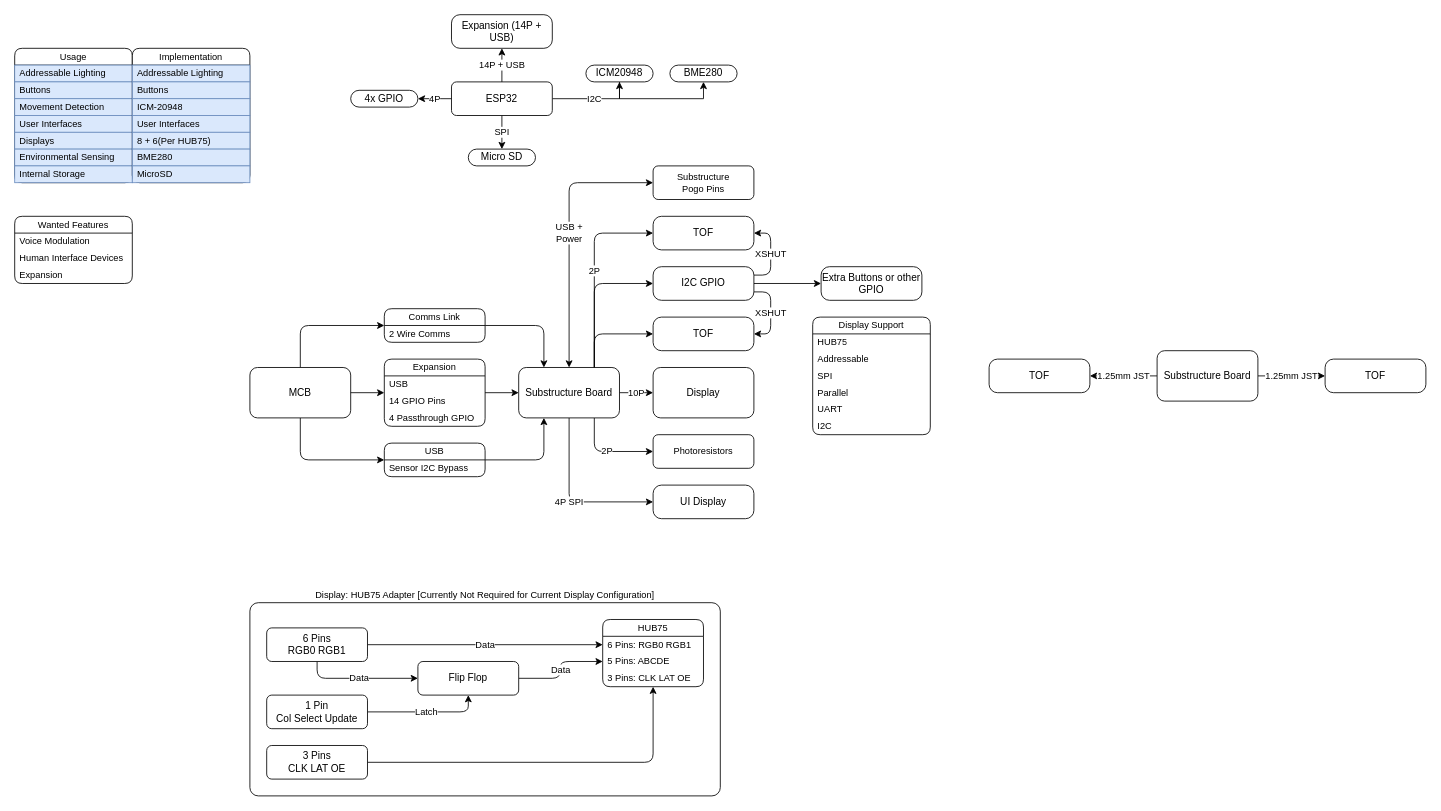
The draw.io diagram page "Brainstorm" (2 of 6) of Documents/Diagram.drawio in Cyberspecies/Multi-Cosplay_Board, before the edit. Source tidied: cells renumbered, new cells numbered last; positions are measured from the earlier drawing's top-left corner, leaving out a move shared by most shapes. Both pictures are drawn from the tidied source at 84%, with x=0, y=0 at pixel (14, 14).
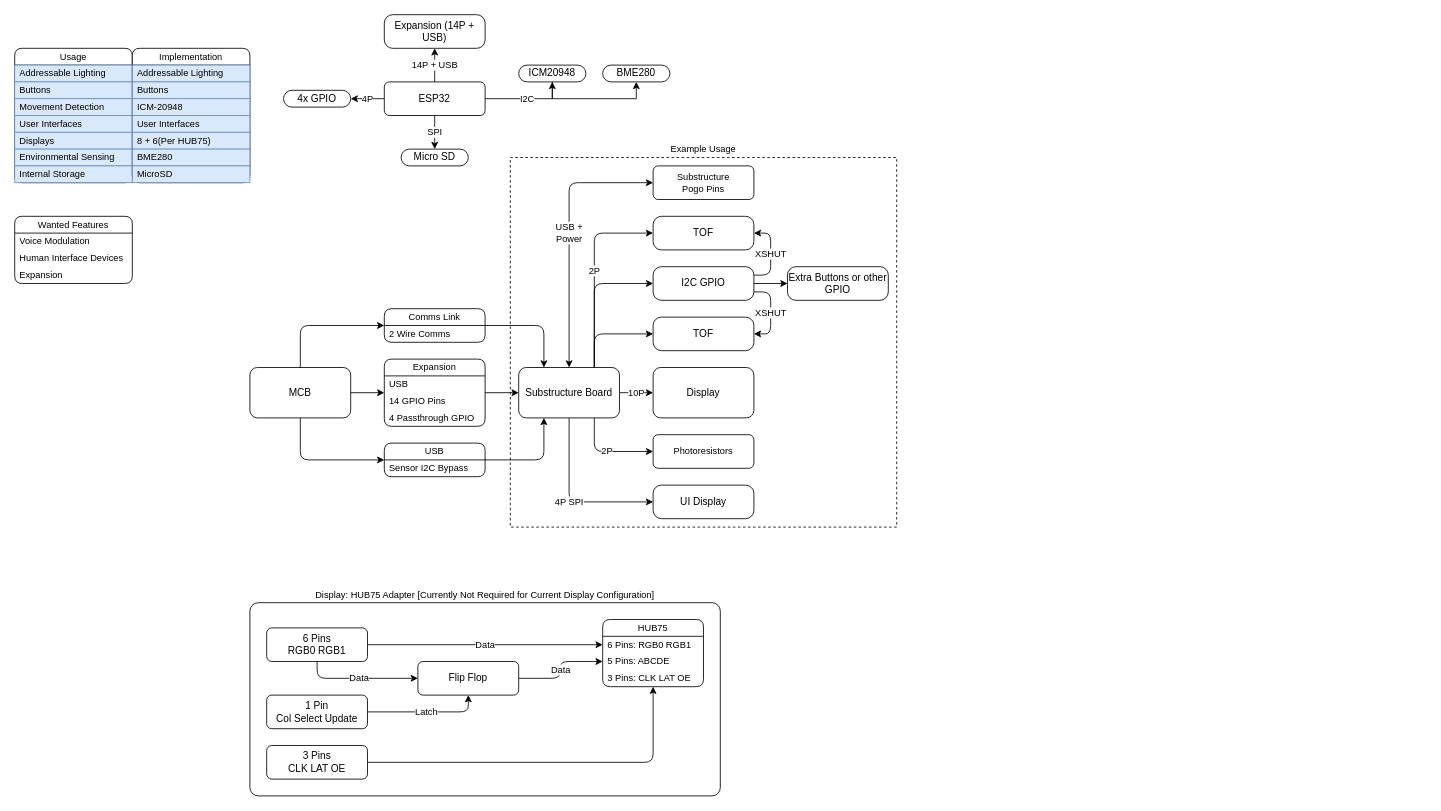
Above is the later version.

Commit message:
Modified Diagram to match project scope

Change to the diagram source:
```diff
@@
-    <mxCell id="22" value="Display Support" style="swimlane;fontStyle=0;horizontal=1;startSize=20;whiteSpace=wrap;html=1;fontFamily=Helvetica;fontSize=11;fontColor=default;labelBackgroundColor=default;rounded=1;" parent="1" vertex="1">
-      <mxGeometry x="950" y="360" width="140" height="140" as="geometry" />
-    </mxCell>
-    <mxCell id="23" value="HUB75" style="text;strokeColor=none;fillColor=none;align=left;verticalAlign=middle;spacingLeft=4;spacingRight=4;overflow=hidden;whiteSpace=wrap;html=1;fontFamily=Helvetica;fontSize=11;fontColor=default;labelBackgroundColor=default;" parent="22" vertex="1">
-      <mxGeometry y="20" width="140" height="20" as="geometry" />
-    </mxCell>
-    <mxCell id="24" value="Addressable" style="text;strokeColor=none;fillColor=none;align=left;verticalAlign=middle;spacingLeft=4;spacingRight=4;overflow=hidden;whiteSpace=wrap;html=1;fontFamily=Helvetica;fontSize=11;fontColor=default;labelBackgroundColor=default;" parent="22" vertex="1">
-      <mxGeometry y="40" width="140" height="20" as="geometry" />
-    </mxCell>
-    <mxCell id="25" value="SPI" style="text;strokeColor=none;fillColor=none;align=left;verticalAlign=middle;spacingLeft=4;spacingRight=4;overflow=hidden;whiteSpace=wrap;html=1;fontFamily=Helvetica;fontSize=11;fontColor=default;labelBackgroundColor=default;" parent="22" vertex="1">
-      <mxGeometry y="60" width="140" height="20" as="geometry" />
-    </mxCell>
-    <mxCell id="26" value="Parallel" style="text;strokeColor=none;fillColor=none;align=left;verticalAlign=middle;spacingLeft=4;spacingRight=4;overflow=hidden;whiteSpace=wrap;html=1;fontFamily=Helvetica;fontSize=11;fontColor=default;labelBackgroundColor=default;" parent="22" vertex="1">
-      <mxGeometry y="80" width="140" height="20" as="geometry" />
-    </mxCell>
-    <mxCell id="27" value="UART" style="text;strokeColor=none;fillColor=none;align=left;verticalAlign=middle;spacingLeft=4;spacingRight=4;overflow=hidden;whiteSpace=wrap;html=1;fontFamily=Helvetica;fontSize=11;fontColor=default;labelBackgroundColor=default;" parent="22" vertex="1">
-      <mxGeometry y="100" width="140" height="20" as="geometry" />
-    </mxCell>
-    <mxCell id="28" value="I2C" style="text;strokeColor=none;fillColor=none;align=left;verticalAlign=middle;spacingLeft=4;spacingRight=4;overflow=hidden;whiteSpace=wrap;html=1;fontFamily=Helvetica;fontSize=11;fontColor=default;labelBackgroundColor=default;" parent="22" vertex="1">
-      <mxGeometry y="120" width="140" height="20" as="geometry" />
-    </mxCell>
@@
     <mxCell id="32" value="ESP32" style="rounded=1;whiteSpace=wrap;html=1;" parent="1" vertex="1">
-      <mxGeometry x="520" y="80" width="120" height="40" as="geometry" />
+      <mxGeometry x="440" y="80" width="120" height="40" as="geometry" />
     </mxCell>
@@
     <mxCell id="34" value="ICM20948" style="rounded=1;whiteSpace=wrap;html=1;absoluteArcSize=1;" parent="1" vertex="1">
-      <mxGeometry x="680" y="60" width="80" height="20" as="geometry" />
+      <mxGeometry x="600" y="60" width="80" height="20" as="geometry" />
     </mxCell>
     <mxCell id="35" value="BME280" style="rounded=1;whiteSpace=wrap;html=1;absoluteArcSize=1;" parent="1" vertex="1">
-      <mxGeometry x="780" y="60" width="80" height="20" as="geometry" />
+      <mxGeometry x="700" y="60" width="80" height="20" as="geometry" />
     </mxCell>
@@
     <mxCell id="37" value="4x GPIO" style="rounded=1;whiteSpace=wrap;html=1;absoluteArcSize=1;" parent="1" vertex="1">
-      <mxGeometry x="400" y="90" width="80" height="20" as="geometry" />
+      <mxGeometry x="320" y="90" width="80" height="20" as="geometry" />
     </mxCell>
@@
     <mxCell id="79" value="Micro SD" style="rounded=1;whiteSpace=wrap;html=1;absoluteArcSize=1;" parent="1" vertex="1">
-      <mxGeometry x="540" y="160" width="80" height="20" as="geometry" />
+      <mxGeometry x="460" y="160" width="80" height="20" as="geometry" />
     </mxCell>
     <mxCell id="80" value="Extra Buttons or other GPIO" style="rounded=1;whiteSpace=wrap;html=1;absoluteArcSize=1;" parent="1" vertex="1">
-      <mxGeometry x="960" y="300" width="120" height="40" as="geometry" />
+      <mxGeometry x="920" y="300" width="120" height="40" as="geometry" />
     </mxCell>
     <mxCell id="81" value="Expansion (14P + USB)" style="rounded=1;whiteSpace=wrap;html=1;absoluteArcSize=1;" parent="1" vertex="1">
-      <mxGeometry x="520" width="120" height="40" as="geometry" />
+      <mxGeometry x="440" width="120" height="40" as="geometry" />
     </mxCell>
-    <mxCell id="82" value="1.25mm JST" style="edgeStyle=orthogonalEdgeStyle;shape=connector;curved=0;rounded=1;jettySize=auto;html=1;exitX=1;exitY=0.5;exitDx=0;exitDy=0;entryX=0;entryY=0.5;entryDx=0;entryDy=0;strokeColor=default;align=center;verticalAlign=middle;fontFamily=Helvetica;fontSize=11;fontColor=default;labelBackgroundColor=default;endArrow=classic;" parent="1" edge="1" source="84" target="85">
-      <mxGeometry relative="1" as="geometry" />
-    </mxCell>
-    <mxCell id="83" value="1.25mm JST" style="edgeStyle=orthogonalEdgeStyle;shape=connector;curved=0;rounded=1;jettySize=auto;html=1;exitX=0;exitY=0.5;exitDx=0;exitDy=0;entryX=1;entryY=0.5;entryDx=0;entryDy=0;strokeColor=default;align=center;verticalAlign=middle;fontFamily=Helvetica;fontSize=11;fontColor=default;labelBackgroundColor=default;endArrow=classic;" parent="1" edge="1" source="84" target="86">
-      <mxGeometry relative="1" as="geometry" />
-    </mxCell>
-    <mxCell id="84" value="Substructure Board" style="rounded=1;whiteSpace=wrap;html=1;" parent="1" vertex="1">
-      <mxGeometry x="1360" y="400" width="120" height="60" as="geometry" />
-    </mxCell>
-    <mxCell id="85" value="TOF" style="rounded=1;whiteSpace=wrap;html=1;absoluteArcSize=1;" parent="1" vertex="1">
-      <mxGeometry x="1560" y="410" width="120" height="40" as="geometry" />
-    </mxCell>
-    <mxCell id="86" value="TOF" style="rounded=1;whiteSpace=wrap;html=1;absoluteArcSize=1;" parent="1" vertex="1">
-      <mxGeometry x="1160" y="410" width="120" height="40" as="geometry" />
-    </mxCell>
@@
+    <mxCell id="93" style="rounded=0;whiteSpace=wrap;html=1;fontFamily=Helvetica;fontSize=11;fontColor=default;labelBackgroundColor=default;fillColor=none;dashed=1;" parent="1" vertex="1">
+      <mxGeometry x="590" y="170" width="460" height="440" as="geometry" />
+    </mxCell>
+    <mxCell id="94" value="Example Usage" style="text;html=1;align=center;verticalAlign=middle;whiteSpace=wrap;rounded=0;fontFamily=Helvetica;fontSize=11;fontColor=default;labelBackgroundColor=default;" parent="1" vertex="1">
+      <mxGeometry x="780" y="150" width="80" height="20" as="geometry" />
+    </mxCell>
```
